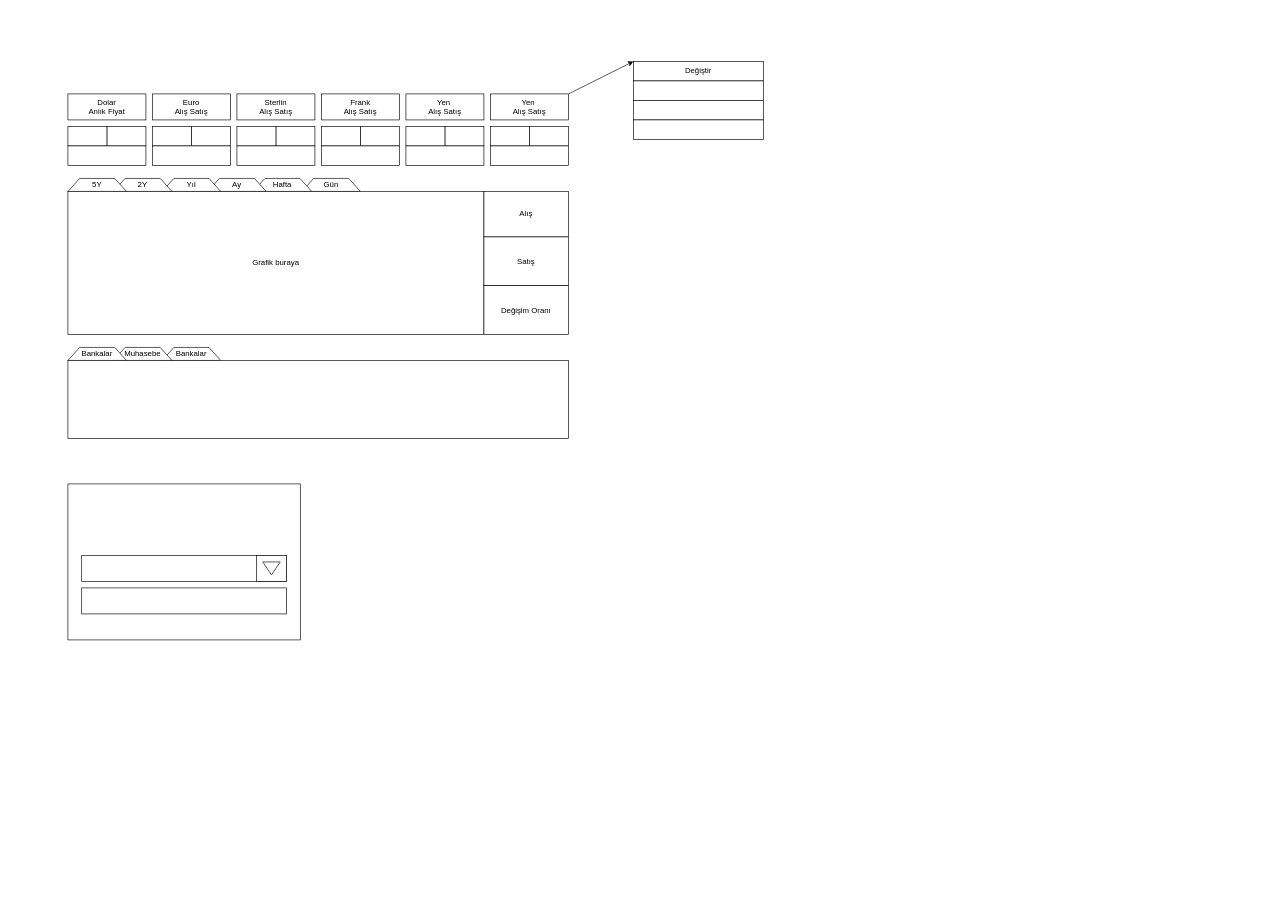
The draw.io diagram page "Page-1" (1 of 2) of arayuz.drawio in makifcay/doviz-otomasyon, before the edit. Source tidied: cells renumbered, new cells numbered last; positions are measured from the earlier drawing's top-left corner, leaving out a move shared by most shapes. Both pictures are drawn from the tidied source at 65%, with x=0, y=0 at pixel (68, 61).
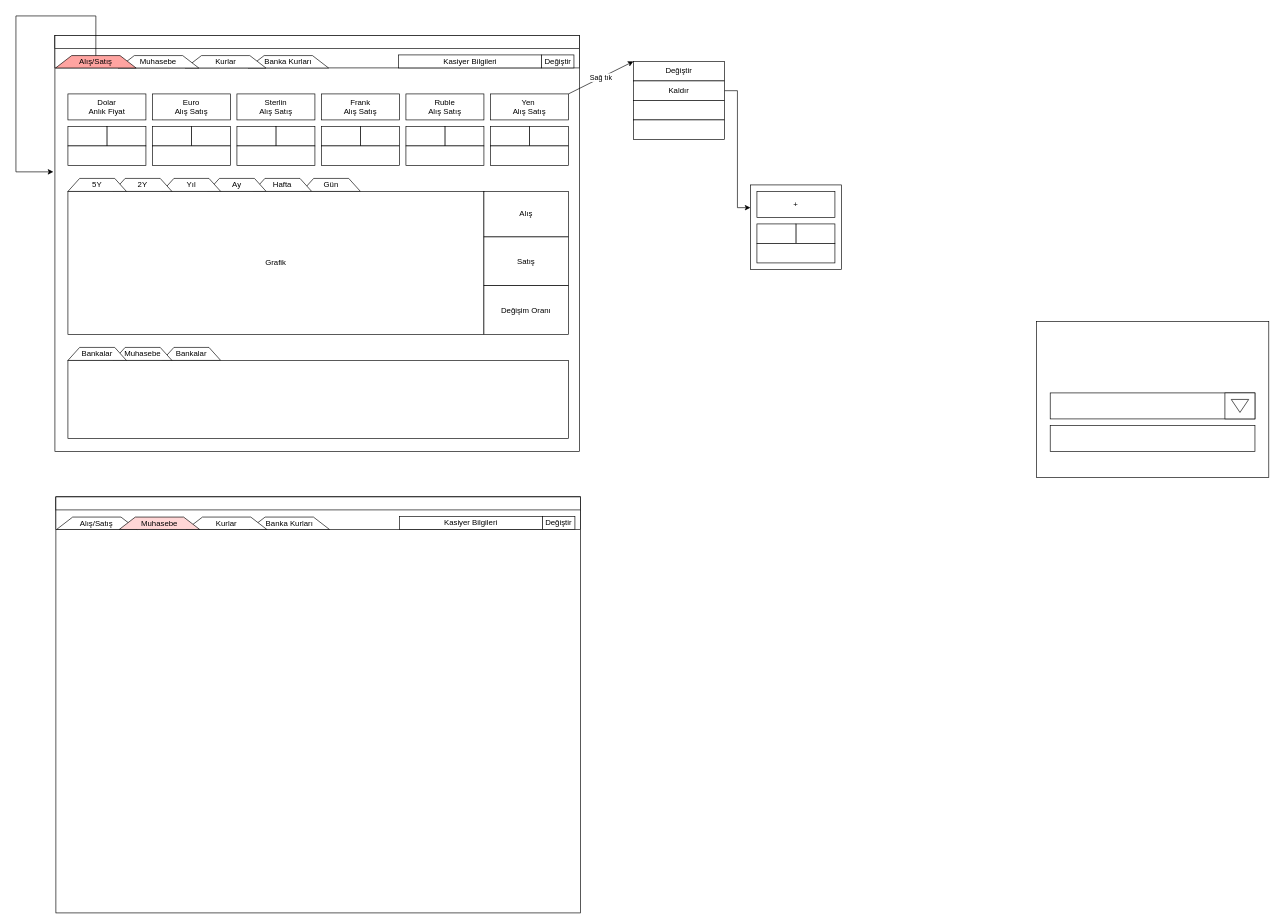
The same page after the edit.

What changed in the source:
```diff
@@
+    <mxCell id="50" style="rounded=0;whiteSpace=wrap;html=1;" parent="1" vertex="1">
+      <mxGeometry x="-20" y="-40" width="807" height="640" as="geometry" />
+    </mxCell>
@@
     <mxCell id="5" style="rounded=0;whiteSpace=wrap;html=1;" parent="1" vertex="1">
-      <mxGeometry y="650" width="357.5" height="240" as="geometry" />
+      <mxGeometry x="1490" y="400" width="357.5" height="240" as="geometry" />
     </mxCell>
@@
-    <mxCell id="10" value="Yen&amp;nbsp;&lt;br&gt;Alış Satış" style="rounded=0;whiteSpace=wrap;html=1;" parent="1" vertex="1">
+    <mxCell id="10" value="Ruble&lt;br&gt;Alış Satış" style="rounded=0;whiteSpace=wrap;html=1;" parent="1" vertex="1">
       <mxGeometry x="520" y="50" width="120" height="40" as="geometry" />
     </mxCell>
@@
-    <mxCell id="34" value="Grafik buraya" style="rounded=0;whiteSpace=wrap;html=1;" parent="1" vertex="1">
+    <mxCell id="34" value="Grafik" style="rounded=0;whiteSpace=wrap;html=1;" parent="1" vertex="1">
       <mxGeometry y="200" width="640" height="220" as="geometry" />
     </mxCell>
@@
     <mxCell id="41" style="rounded=0;whiteSpace=wrap;html=1;" parent="1" vertex="1">
-      <mxGeometry x="21.2" y="760" width="315" height="40" as="geometry" />
+      <mxGeometry x="1511.2" y="510" width="315" height="40" as="geometry" />
     </mxCell>
     <mxCell id="42" style="rounded=0;whiteSpace=wrap;html=1;" parent="1" vertex="1">
-      <mxGeometry x="21.2" y="810" width="315" height="40" as="geometry" />
+      <mxGeometry x="1511.2" y="560" width="315" height="40" as="geometry" />
     </mxCell>
     <mxCell id="43" style="rounded=0;whiteSpace=wrap;html=1;" parent="1" vertex="1">
-      <mxGeometry x="290" y="760" width="46.2" height="40" as="geometry" />
+      <mxGeometry x="1780" y="510" width="46.2" height="40" as="geometry" />
     </mxCell>
     <mxCell id="44" style="triangle;whiteSpace=wrap;html=1;direction=south;" parent="1" vertex="1">
-      <mxGeometry x="299.7" y="770" width="26.9" height="20" as="geometry" />
+      <mxGeometry x="1789.7" y="520" width="26.9" height="20" as="geometry" />
     </mxCell>
     <mxCell id="45" value="Değiştir" style="rounded=0;whiteSpace=wrap;html=1;" parent="1" vertex="1">
-      <mxGeometry x="870" width="200" height="30" as="geometry" />
+      <mxGeometry x="870" width="140" height="30" as="geometry" />
     </mxCell>
-    <mxCell id="46" style="endArrow=classic;html=1;" parent="1" edge="1">
+    <mxCell id="46" value="Sağ tık" style="endArrow=classic;html=1;" parent="1" edge="1">
       <mxGeometry relative="1" as="geometry">
         <mxPoint x="770" y="50" as="sourcePoint" />
         <mxPoint x="870" as="targetPoint" />
       </mxGeometry>
     </mxCell>
+    <mxCell id="51" style="edgeStyle=orthogonalEdgeStyle;rounded=0;jettySize=auto;html=1;exitX=1;exitY=0.5;exitDx=0;exitDy=0;entryX=0;entryY=0.269;entryDx=0;entryDy=0;entryPerimeter=0;" parent="1" edge="1" source="47" target="53">
+      <mxGeometry relative="1" as="geometry" />
+    </mxCell>
-    <mxCell id="47" style="rounded=0;whiteSpace=wrap;html=1;" parent="1" vertex="1">
-      <mxGeometry x="870" y="30" width="200" height="30" as="geometry" />
+    <mxCell id="47" value="Kaldır" style="rounded=0;whiteSpace=wrap;html=1;" parent="1" vertex="1">
+      <mxGeometry x="870" y="30" width="140" height="30" as="geometry" />
     </mxCell>
     <mxCell id="48" style="rounded=0;whiteSpace=wrap;html=1;" parent="1" vertex="1">
-      <mxGeometry x="870" y="60" width="200" height="30" as="geometry" />
+      <mxGeometry x="870" y="60" width="140" height="30" as="geometry" />
     </mxCell>
     <mxCell id="49" style="rounded=0;whiteSpace=wrap;html=1;" parent="1" vertex="1">
-      <mxGeometry x="870" y="90" width="200" height="30" as="geometry" />
+      <mxGeometry x="870" y="90" width="140" height="30" as="geometry" />
     </mxCell>
+    <mxCell id="52" style="group;" parent="1" vertex="1">
+      <mxGeometry x="1050" y="190" width="140" height="130" as="geometry" />
+    </mxCell>
+    <mxCell id="53" style="rounded=0;whiteSpace=wrap;html=1;" parent="52" vertex="1">
+      <mxGeometry width="140" height="130" as="geometry" />
+    </mxCell>
+    <mxCell id="54" value="+" style="rounded=0;whiteSpace=wrap;html=1;" parent="52" vertex="1">
+      <mxGeometry x="10" y="10" width="120" height="40" as="geometry" />
+    </mxCell>
+    <mxCell id="55" style="rounded=0;whiteSpace=wrap;html=1;" parent="52" vertex="1">
+      <mxGeometry x="70" y="60" width="60" height="30" as="geometry" />
+    </mxCell>
+    <mxCell id="56" style="rounded=0;whiteSpace=wrap;html=1;" parent="52" vertex="1">
+      <mxGeometry x="10" y="60" width="60" height="30" as="geometry" />
+    </mxCell>
+    <mxCell id="57" style="rounded=0;whiteSpace=wrap;html=1;" parent="52" vertex="1">
+      <mxGeometry x="10" y="90" width="120" height="30" as="geometry" />
+    </mxCell>
+    <mxCell id="58" style="rounded=0;whiteSpace=wrap;html=1;" parent="1" vertex="1">
+      <mxGeometry x="-20" y="-40" width="807" height="50" as="geometry" />
+    </mxCell>
+    <mxCell id="59" style="group;" parent="1" vertex="1">
+      <mxGeometry x="508.5" y="-10" width="270" height="20" as="geometry" />
+    </mxCell>
+    <mxCell id="60" value="Kasiyer Bilgileri" style="rounded=0;whiteSpace=wrap;html=1;" parent="59" vertex="1">
+      <mxGeometry width="220" height="20" as="geometry" />
+    </mxCell>
+    <mxCell id="61" value="Değiştir" style="rounded=0;whiteSpace=wrap;html=1;" parent="59" vertex="1">
+      <mxGeometry x="220" width="50" height="20" as="geometry" />
+    </mxCell>
+    <mxCell id="62" style="group;" parent="1" vertex="1">
+      <mxGeometry x="-19" y="-9" width="420" height="19.1" as="geometry" />
+    </mxCell>
+    <mxCell id="63" value="Banka Kurları" style="shape=trapezoid;perimeter=trapezoidPerimeter;whiteSpace=wrap;html=1;" parent="62" vertex="1">
+      <mxGeometry x="296.1" width="123.9" height="19.1" as="geometry" />
+    </mxCell>
+    <mxCell id="64" value="Kurlar" style="shape=trapezoid;perimeter=trapezoidPerimeter;whiteSpace=wrap;html=1;" parent="62" vertex="1">
+      <mxGeometry x="199.7" width="123.9" height="19.1" as="geometry" />
+    </mxCell>
+    <mxCell id="65" value="Muhasebe" style="shape=trapezoid;perimeter=trapezoidPerimeter;whiteSpace=wrap;html=1;" parent="62" vertex="1">
+      <mxGeometry x="96.4" width="123.9" height="19.1" as="geometry" />
+    </mxCell>
+    <mxCell id="66" value="Alış/Satış" style="shape=trapezoid;perimeter=trapezoidPerimeter;whiteSpace=wrap;html=1;fillColor=#FFA4A1;" parent="62" vertex="1">
+      <mxGeometry width="123.9" height="19.1" as="geometry" />
+    </mxCell>
+    <mxCell id="67" style="rounded=0;whiteSpace=wrap;html=1;" parent="1" vertex="1">
+      <mxGeometry x="-20" y="-40" width="807" height="20" as="geometry" />
+    </mxCell>
+    <mxCell id="68" style="edgeStyle=orthogonalEdgeStyle;rounded=0;jettySize=auto;html=1;exitX=0.5;exitY=0;exitDx=0;exitDy=0;entryX=-0.003;entryY=0.328;entryDx=0;entryDy=0;entryPerimeter=0;" parent="1" edge="1" source="66" target="50">
+      <mxGeometry relative="1" as="geometry">
+        <Array as="points">
+          <mxPoint x="43" y="-70" />
+          <mxPoint x="-80" y="-70" />
+          <mxPoint x="-80" y="170" />
+        </Array>
+      </mxGeometry>
+    </mxCell>
+    <mxCell id="69" style="rounded=0;whiteSpace=wrap;html=1;" parent="1" vertex="1">
+      <mxGeometry x="-18.5" y="670" width="807" height="640" as="geometry" />
+    </mxCell>
+    <mxCell id="70" style="rounded=0;whiteSpace=wrap;html=1;" parent="1" vertex="1">
+      <mxGeometry x="-18.5" y="670" width="807" height="50" as="geometry" />
+    </mxCell>
+    <mxCell id="71" style="group;" parent="1" vertex="1">
+      <mxGeometry x="510" y="700" width="270" height="20" as="geometry" />
+    </mxCell>
+    <mxCell id="72" value="Kasiyer Bilgileri" style="rounded=0;whiteSpace=wrap;html=1;" parent="71" vertex="1">
+      <mxGeometry width="220" height="20" as="geometry" />
+    </mxCell>
+    <mxCell id="73" value="Değiştir" style="rounded=0;whiteSpace=wrap;html=1;" parent="71" vertex="1">
+      <mxGeometry x="220" width="50" height="20" as="geometry" />
+    </mxCell>
+    <mxCell id="74" style="group;" parent="1" vertex="1">
+      <mxGeometry x="-17.5" y="701" width="420" height="19.1" as="geometry" />
+    </mxCell>
+    <mxCell id="75" value="Banka Kurları" style="shape=trapezoid;perimeter=trapezoidPerimeter;whiteSpace=wrap;html=1;" parent="74" vertex="1">
+      <mxGeometry x="296.1" width="123.9" height="19.1" as="geometry" />
+    </mxCell>
+    <mxCell id="76" value="Kurlar" style="shape=trapezoid;perimeter=trapezoidPerimeter;whiteSpace=wrap;html=1;" parent="74" vertex="1">
+      <mxGeometry x="199.7" width="123.9" height="19.1" as="geometry" />
+    </mxCell>
+    <mxCell id="77" value="Alış/Satış" style="shape=trapezoid;perimeter=trapezoidPerimeter;whiteSpace=wrap;html=1;" parent="74" vertex="1">
+      <mxGeometry width="123.9" height="19.1" as="geometry" />
+    </mxCell>
+    <mxCell id="78" value="Muhasebe" style="shape=trapezoid;perimeter=trapezoidPerimeter;whiteSpace=wrap;html=1;fillColor=#FFD6D6;" parent="74" vertex="1">
+      <mxGeometry x="96.4" width="123.9" height="19.1" as="geometry" />
+    </mxCell>
+    <mxCell id="79" style="rounded=0;whiteSpace=wrap;html=1;" parent="1" vertex="1">
+      <mxGeometry x="-18.5" y="670" width="807" height="20" as="geometry" />
+    </mxCell>
```
